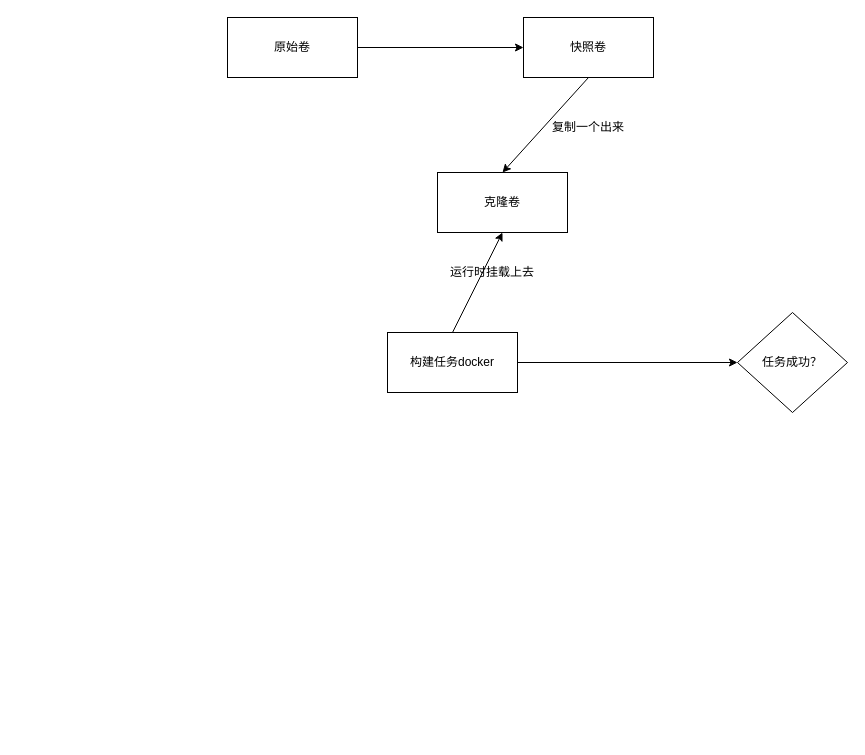
This is ci.drawio from jingb/pythonRepo, a draw.io file, before an edit. Source tidied: cells renumbered, new cells numbered last; positions are measured from the earlier drawing's top-left corner, leaving out a move shared by most shapes. Both pictures are drawn from the tidied source at 100%, with x=0, y=0 at pixel (227, 17).
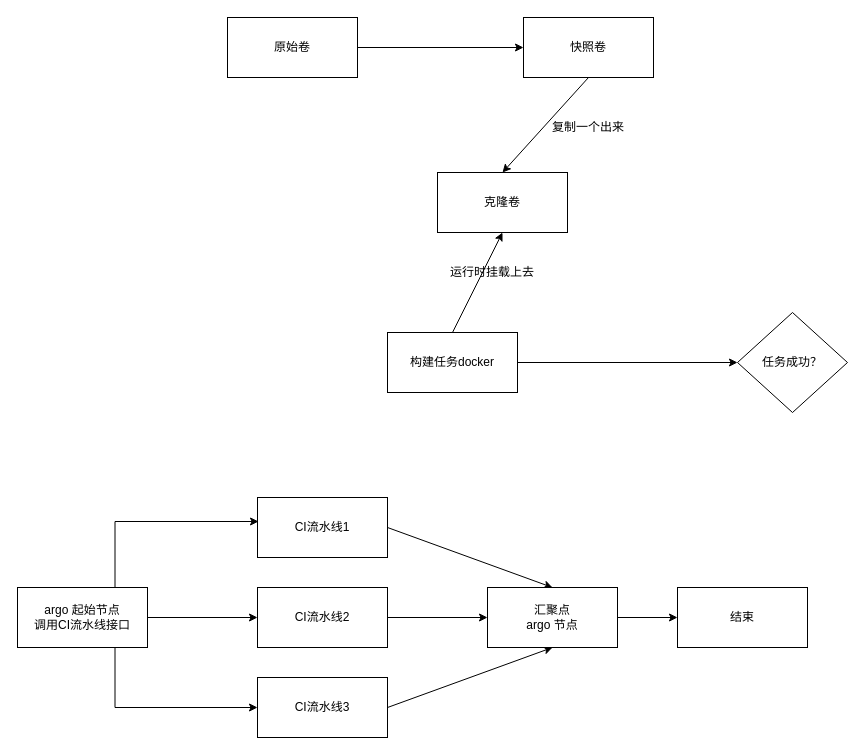
Above is the later version.

Diff of the diagram source:
```diff
@@
+    <mxCell id="13" style="edgeStyle=orthogonalEdgeStyle;rounded=0;jettySize=auto;html=1;exitX=1;exitY=0.5;exitDx=0;exitDy=0;" parent="1" edge="1" source="15" target="19">
+      <mxGeometry relative="1" as="geometry" />
+    </mxCell>
+    <mxCell id="14" style="edgeStyle=orthogonalEdgeStyle;rounded=0;jettySize=auto;html=1;exitX=0.75;exitY=1;exitDx=0;exitDy=0;entryX=0;entryY=0.5;entryDx=0;entryDy=0;" parent="1" edge="1" source="15" target="21">
+      <mxGeometry relative="1" as="geometry" />
+    </mxCell>
+    <mxCell id="15" value="argo 起始节点&lt;br&gt;调用CI流水线接口" style="rounded=0;whiteSpace=wrap;html=1;" parent="1" vertex="1">
+      <mxGeometry x="-210" y="570" width="130" height="60" as="geometry" />
+    </mxCell>
+    <mxCell id="16" style="edgeStyle=none;rounded=0;jettySize=auto;html=1;exitX=1;exitY=0.5;exitDx=0;exitDy=0;entryX=0.5;entryY=0;entryDx=0;entryDy=0;" parent="1" edge="1" source="17" target="24">
+      <mxGeometry relative="1" as="geometry" />
+    </mxCell>
+    <mxCell id="17" value="CI流水线1" style="rounded=0;whiteSpace=wrap;html=1;" parent="1" vertex="1">
+      <mxGeometry x="30" y="480" width="130" height="60" as="geometry" />
+    </mxCell>
+    <mxCell id="18" style="edgeStyle=none;rounded=0;jettySize=auto;html=1;exitX=1;exitY=0.5;exitDx=0;exitDy=0;entryX=0;entryY=0.5;entryDx=0;entryDy=0;" parent="1" edge="1" source="19" target="24">
+      <mxGeometry relative="1" as="geometry" />
+    </mxCell>
+    <mxCell id="19" value="CI流水线2" style="rounded=0;whiteSpace=wrap;html=1;" parent="1" vertex="1">
+      <mxGeometry x="30" y="570" width="130" height="60" as="geometry" />
+    </mxCell>
+    <mxCell id="20" style="edgeStyle=none;rounded=0;jettySize=auto;html=1;exitX=1;exitY=0.5;exitDx=0;exitDy=0;entryX=0.5;entryY=1;entryDx=0;entryDy=0;" parent="1" edge="1" source="21" target="24">
+      <mxGeometry relative="1" as="geometry" />
+    </mxCell>
+    <mxCell id="21" value="CI流水线3" style="rounded=0;whiteSpace=wrap;html=1;" parent="1" vertex="1">
+      <mxGeometry x="30" y="660" width="130" height="60" as="geometry" />
+    </mxCell>
+    <mxCell id="22" style="edgeStyle=orthogonalEdgeStyle;rounded=0;jettySize=auto;html=1;exitX=0.75;exitY=0;exitDx=0;exitDy=0;entryX=0.008;entryY=0.4;entryDx=0;entryDy=0;entryPerimeter=0;" parent="1" edge="1" source="15" target="17">
+      <mxGeometry relative="1" as="geometry" />
+    </mxCell>
+    <mxCell id="23" style="edgeStyle=none;rounded=0;jettySize=auto;html=1;exitX=1;exitY=0.5;exitDx=0;exitDy=0;entryX=0;entryY=0.5;entryDx=0;entryDy=0;" parent="1" edge="1" source="24" target="25">
+      <mxGeometry relative="1" as="geometry" />
+    </mxCell>
+    <mxCell id="24" value="汇聚点&lt;br&gt;argo 节点" style="rounded=0;whiteSpace=wrap;html=1;" parent="1" vertex="1">
+      <mxGeometry x="260" y="570" width="130" height="60" as="geometry" />
+    </mxCell>
+    <mxCell id="25" value="结束" style="rounded=0;whiteSpace=wrap;html=1;" parent="1" vertex="1">
+      <mxGeometry x="450" y="570" width="130" height="60" as="geometry" />
+    </mxCell>
```
